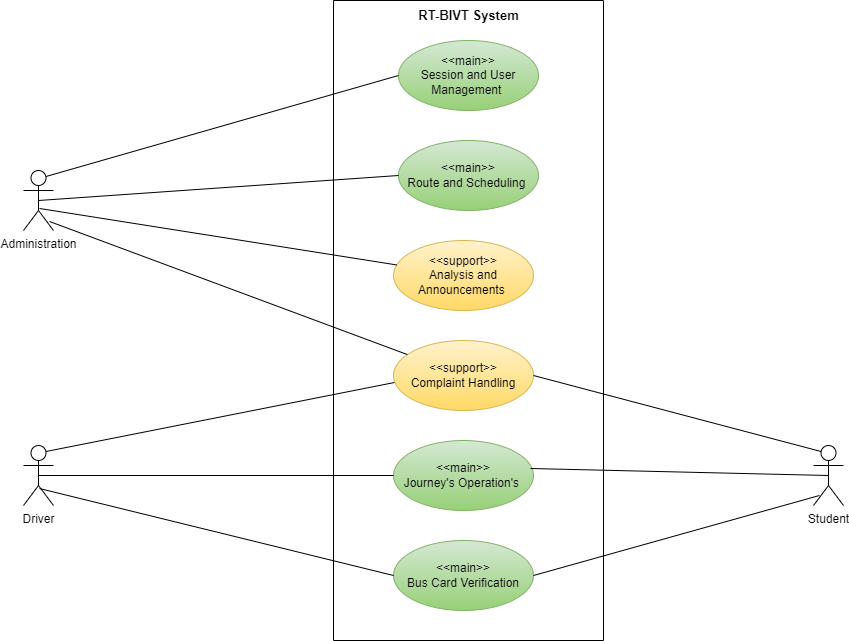
The draw.io diagram Project Real-Time Bus ID Verification and Tracking/DOCUMENTATION/UseCaseDiagrams/OverallSystem.drawio.png in Abubakar-doc/FYP-24-SE-A-204, before a commit. Source tidied: cells renumbered, new cells last; positions are measured from the earlier drawing's top-left corner, leaving out a move shared by most shapes.
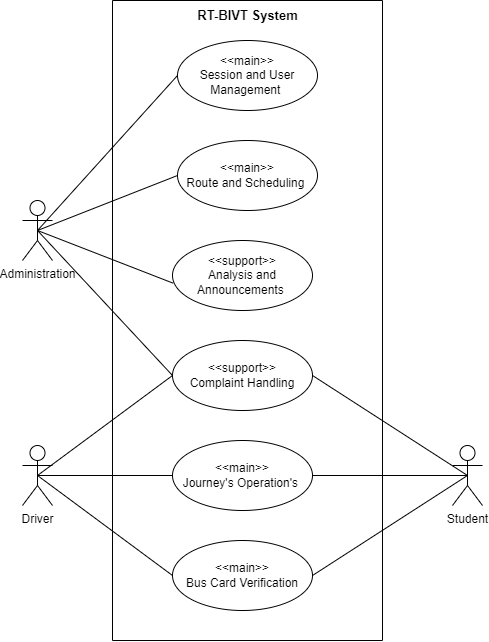
Above is the later version.

What changed in the source:
```diff
@@ -8,62 +8,62 @@
     <mxCell id="3" value="&lt;b&gt;&lt;font style=&quot;font-size: 13px;&quot;&gt;RT-BIVT System&lt;/font&gt;&lt;/b&gt;" style="text;html=1;align=center;verticalAlign=middle;strokeColor=none;fillColor=none;fontColor=#000000;" parent="2" vertex="1">
       <mxGeometry x="75" width="120" height="30" as="geometry" />
     </mxCell>
-    <mxCell id="4" value="&lt;div&gt;&amp;lt;&amp;lt;main&amp;gt;&amp;gt;&lt;/div&gt;&lt;div&gt;Session and User Management&amp;nbsp;&lt;/div&gt;" style="ellipse;whiteSpace=wrap;html=1;fillColor=#d5e8d4;strokeColor=#82b366;gradientColor=#97d077;" parent="2" vertex="1">
+    <mxCell id="4" value="&lt;div&gt;&amp;lt;&amp;lt;main&amp;gt;&amp;gt;&lt;/div&gt;&lt;div&gt;Session and User Management&amp;nbsp;&lt;/div&gt;" style="ellipse;whiteSpace=wrap;html=1;" parent="2" vertex="1">
       <mxGeometry x="65" y="40" width="140" height="70" as="geometry" />
     </mxCell>
-    <mxCell id="5" value="&lt;div&gt;&amp;lt;&amp;lt;main&amp;gt;&amp;gt;&lt;/div&gt;&lt;div&gt;Route and Scheduling&amp;nbsp;&lt;/div&gt;" style="ellipse;whiteSpace=wrap;html=1;fillColor=#d5e8d4;strokeColor=#82b366;gradientColor=#97d077;" parent="2" vertex="1">
+    <mxCell id="5" value="&lt;div&gt;&amp;lt;&amp;lt;main&amp;gt;&amp;gt;&lt;/div&gt;&lt;div&gt;Route and Scheduling&amp;nbsp;&lt;/div&gt;" style="ellipse;whiteSpace=wrap;html=1;" parent="2" vertex="1">
       <mxGeometry x="65" y="140" width="140" height="70" as="geometry" />
     </mxCell>
-    <mxCell id="6" value="&lt;div&gt;&amp;lt;&amp;lt;main&amp;gt;&amp;gt;&lt;/div&gt;&lt;div&gt;Bus Card Verification&lt;/div&gt;" style="ellipse;whiteSpace=wrap;html=1;fillColor=#d5e8d4;strokeColor=#82b366;gradientColor=#97d077;" parent="2" vertex="1">
+    <mxCell id="6" value="&lt;div&gt;&amp;lt;&amp;lt;main&amp;gt;&amp;gt;&lt;/div&gt;&lt;div&gt;Bus Card Verification&lt;/div&gt;" style="ellipse;whiteSpace=wrap;html=1;" parent="2" vertex="1">
       <mxGeometry x="60" y="540" width="140" height="70" as="geometry" />
     </mxCell>
-    <mxCell id="7" value="&lt;div&gt;&amp;lt;&amp;lt;main&amp;gt;&amp;gt;&lt;/div&gt;&lt;div&gt;Journey's Operation's&amp;nbsp;&lt;/div&gt;" style="ellipse;whiteSpace=wrap;html=1;fillColor=#d5e8d4;strokeColor=#82b366;gradientColor=#97d077;" parent="2" vertex="1">
+    <mxCell id="7" value="&lt;div&gt;&amp;lt;&amp;lt;main&amp;gt;&amp;gt;&lt;/div&gt;&lt;div&gt;Journey's Operation's&amp;nbsp;&lt;/div&gt;" style="ellipse;whiteSpace=wrap;html=1;" parent="2" vertex="1">
       <mxGeometry x="60" y="440" width="140" height="70" as="geometry" />
     </mxCell>
-    <mxCell id="8" value="&lt;div&gt;&amp;lt;&amp;lt;support&amp;gt;&amp;gt;&lt;/div&gt;Analysis and Announcements&amp;nbsp;" style="ellipse;whiteSpace=wrap;html=1;fillColor=#fff2cc;strokeColor=#d6b656;gradientColor=#ffd966;" parent="2" vertex="1">
+    <mxCell id="8" value="&lt;div&gt;&amp;lt;&amp;lt;support&amp;gt;&amp;gt;&lt;/div&gt;Analysis and Announcements&amp;nbsp;" style="ellipse;whiteSpace=wrap;html=1;" parent="2" vertex="1">
       <mxGeometry x="60" y="240" width="140" height="70" as="geometry" />
     </mxCell>
-    <mxCell id="9" value="&lt;div&gt;&amp;lt;&amp;lt;support&amp;gt;&amp;gt;&lt;/div&gt;Complaint Handling" style="ellipse;whiteSpace=wrap;html=1;fillColor=#fff2cc;strokeColor=#d6b656;gradientColor=#ffd966;" parent="2" vertex="1">
+    <mxCell id="9" value="&lt;div&gt;&amp;lt;&amp;lt;support&amp;gt;&amp;gt;&lt;/div&gt;Complaint Handling" style="ellipse;whiteSpace=wrap;html=1;" parent="2" vertex="1">
       <mxGeometry x="60" y="340" width="140" height="70" as="geometry" />
     </mxCell>
-    <mxCell id="10" value="Administration" style="shape=umlActor;verticalLabelPosition=bottom;verticalAlign=top;html=1;fillColor=none;fontColor=#000000;strokeColor=#000000;" parent="1" vertex="1">
-      <mxGeometry y="170" width="30" height="60" as="geometry" />
-    </mxCell>
-    <mxCell id="11" value="Student" style="shape=umlActor;verticalLabelPosition=bottom;verticalAlign=top;html=1;fillColor=none;fontColor=#000000;strokeColor=#000000;" parent="1" vertex="1">
-      <mxGeometry x="790" y="445" width="30" height="60" as="geometry" />
-    </mxCell>
-    <mxCell id="12" value="Driver" style="shape=umlActor;verticalLabelPosition=bottom;verticalAlign=top;html=1;fillColor=none;fontColor=#000000;strokeColor=#000000;" parent="1" vertex="1">
-      <mxGeometry y="445" width="30" height="60" as="geometry" />
-    </mxCell>
-    <mxCell id="13" style="endArrow=none;html=1;rounded=0;exitX=0.75;exitY=0.1;exitDx=0;exitDy=0;exitPerimeter=0;entryX=0;entryY=0.5;entryDx=0;entryDy=0;" parent="1" edge="1" source="10" target="4">
+    <mxCell id="13" style="rounded=0;jettySize=auto;html=1;exitX=0.5;exitY=0.5;exitDx=0;exitDy=0;exitPerimeter=0;entryX=0;entryY=0.5;entryDx=0;entryDy=0;endArrow=none;startFill=0;" parent="1" edge="1" source="10" target="4">
       <mxGeometry relative="1" as="geometry" />
     </mxCell>
-    <mxCell id="14" style="endArrow=none;html=1;rounded=0;exitX=0.5;exitY=0.5;exitDx=0;exitDy=0;exitPerimeter=0;entryX=0;entryY=0.5;entryDx=0;entryDy=0;" parent="1" edge="1" source="10" target="5">
+    <mxCell id="14" style="rounded=0;jettySize=auto;html=1;exitX=0.5;exitY=0.5;exitDx=0;exitDy=0;exitPerimeter=0;entryX=0;entryY=0.5;entryDx=0;entryDy=0;endArrow=none;startFill=0;" parent="1" edge="1" source="10" target="5">
       <mxGeometry relative="1" as="geometry" />
     </mxCell>
+    <mxCell id="16" style="rounded=0;jettySize=auto;html=1;exitX=0.5;exitY=0.5;exitDx=0;exitDy=0;exitPerimeter=0;entryX=0;entryY=0.5;entryDx=0;entryDy=0;endArrow=none;startFill=0;" parent="1" edge="1" source="10" target="9">
+      <mxGeometry relative="1" as="geometry" />
+    </mxCell>
+    <mxCell id="10" value="Administration" style="shape=umlActor;verticalLabelPosition=bottom;verticalAlign=top;html=1;fillColor=none;fontColor=#000000;strokeColor=#000000;" parent="1" vertex="1">
+      <mxGeometry x="220" y="200" width="30" height="60" as="geometry" />
+    </mxCell>
+    <mxCell id="23" style="rounded=0;jettySize=auto;html=1;exitX=0.5;exitY=0.5;exitDx=0;exitDy=0;exitPerimeter=0;entryX=1;entryY=0.5;entryDx=0;entryDy=0;endArrow=none;startFill=0;" parent="1" edge="1" source="11" target="9">
+      <mxGeometry relative="1" as="geometry" />
+    </mxCell>
+    <mxCell id="11" value="Student" style="shape=umlActor;verticalLabelPosition=bottom;verticalAlign=top;html=1;fillColor=none;fontColor=#000000;strokeColor=#000000;" parent="1" vertex="1">
+      <mxGeometry x="650" y="445" width="30" height="60" as="geometry" />
+    </mxCell>
+    <mxCell id="24" style="rounded=0;jettySize=auto;html=1;exitX=0.5;exitY=0.5;exitDx=0;exitDy=0;exitPerimeter=0;entryX=1;entryY=0.5;entryDx=0;entryDy=0;endArrow=none;startFill=0;" parent="1" edge="1" source="11" target="7">
+      <mxGeometry relative="1" as="geometry" />
+    </mxCell>
+    <mxCell id="25" style="rounded=0;jettySize=auto;html=1;exitX=0.5;exitY=0.5;exitDx=0;exitDy=0;exitPerimeter=0;entryX=1;entryY=0.5;entryDx=0;entryDy=0;endArrow=none;startFill=0;" parent="1" edge="1" source="11" target="6">
+      <mxGeometry relative="1" as="geometry" />
+    </mxCell>
+    <mxCell id="20" style="rounded=0;jettySize=auto;html=1;exitX=0.5;exitY=0.5;exitDx=0;exitDy=0;exitPerimeter=0;entryX=0;entryY=0.5;entryDx=0;entryDy=0;endArrow=none;startFill=0;" parent="1" edge="1" source="12" target="9">
+      <mxGeometry relative="1" as="geometry" />
+    </mxCell>
+    <mxCell id="22" style="rounded=0;jettySize=auto;html=1;exitX=0.5;exitY=0.5;exitDx=0;exitDy=0;exitPerimeter=0;entryX=0;entryY=0.5;entryDx=0;entryDy=0;endArrow=none;startFill=0;" parent="1" edge="1" source="12" target="6">
+      <mxGeometry relative="1" as="geometry" />
+    </mxCell>
+    <mxCell id="21" style="rounded=0;jettySize=auto;html=1;exitX=0.5;exitY=0.5;exitDx=0;exitDy=0;exitPerimeter=0;entryX=0;entryY=0.5;entryDx=0;entryDy=0;endArrow=none;startFill=0;" parent="1" edge="1" source="12" target="7">
+      <mxGeometry relative="1" as="geometry" />
+    </mxCell>
+    <mxCell id="12" value="Driver" style="shape=umlActor;verticalLabelPosition=bottom;verticalAlign=top;html=1;fillColor=none;fontColor=#000000;strokeColor=#000000;" parent="1" vertex="1">
+      <mxGeometry x="220" y="445" width="30" height="60" as="geometry" />
+    </mxCell>
-    <mxCell id="15" style="endArrow=none;html=1;rounded=0;exitX=0.533;exitY=0.633;exitDx=0;exitDy=0;exitPerimeter=0;" parent="1" edge="1" source="10" target="8">
+    <mxCell id="15" style="rounded=0;jettySize=auto;html=1;exitX=0.5;exitY=0.5;exitDx=0;exitDy=0;exitPerimeter=0;entryX=0.005;entryY=0.61;entryDx=0;entryDy=0;entryPerimeter=0;endArrow=none;startFill=0;" parent="1" edge="1" source="10" target="8">
       <mxGeometry relative="1" as="geometry" />
     </mxCell>
-    <mxCell id="16" style="endArrow=none;html=1;rounded=0;exitX=0.867;exitY=0.85;exitDx=0;exitDy=0;exitPerimeter=0;" parent="1" edge="1" source="10" target="9">
-      <mxGeometry relative="1" as="geometry" />
-    </mxCell>
-    <mxCell id="17" style="endArrow=none;html=1;rounded=0;entryX=0.25;entryY=0.1;entryDx=0;entryDy=0;entryPerimeter=0;exitX=1;exitY=0.5;exitDx=0;exitDy=0;" parent="1" edge="1" source="9" target="11">
-      <mxGeometry relative="1" as="geometry" />
-    </mxCell>
-    <mxCell id="18" style="endArrow=none;html=1;rounded=0;exitX=0.979;exitY=0.4;exitDx=0;exitDy=0;exitPerimeter=0;entryX=0.5;entryY=0.5;entryDx=0;entryDy=0;entryPerimeter=0;" parent="1" edge="1" source="7" target="11">
-      <mxGeometry relative="1" as="geometry" />
-    </mxCell>
-    <mxCell id="19" style="endArrow=none;html=1;rounded=0;entryX=0.2;entryY=0.833;entryDx=0;entryDy=0;entryPerimeter=0;exitX=1;exitY=0.5;exitDx=0;exitDy=0;" parent="1" edge="1" source="6" target="11">
-      <mxGeometry relative="1" as="geometry" />
-    </mxCell>
-    <mxCell id="20" style="endArrow=none;html=1;rounded=0;exitX=0.75;exitY=0.1;exitDx=0;exitDy=0;exitPerimeter=0;entryX=0.007;entryY=0.6;entryDx=0;entryDy=0;entryPerimeter=0;" parent="1" edge="1" source="12" target="9">
-      <mxGeometry relative="1" as="geometry" />
-    </mxCell>
-    <mxCell id="21" style="endArrow=none;html=1;rounded=0;exitX=0.5;exitY=0.5;exitDx=0;exitDy=0;exitPerimeter=0;entryX=0;entryY=0.5;entryDx=0;entryDy=0;" parent="1" edge="1" source="12" target="7">
-      <mxGeometry relative="1" as="geometry" />
-    </mxCell>
-    <mxCell id="22" style="endArrow=none;html=1;rounded=0;exitX=0.533;exitY=0.717;exitDx=0;exitDy=0;exitPerimeter=0;entryX=0;entryY=0.5;entryDx=0;entryDy=0;" parent="1" edge="1" source="12" target="6">
-      <mxGeometry relative="1" as="geometry" />
-    </mxCell>
   </root>
 </mxGraphModel>
```
